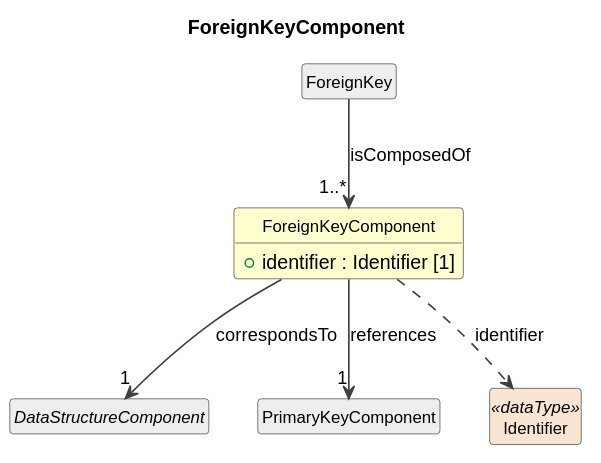
This is cdif-uml-model/_plantuml/cdifDataStructure/Classes/ForeignKeyComponent.svg from Cross-Domain-Interoperability-Framework/metadataBuildingBlocks, a PlantUML export, as it was before one commit.
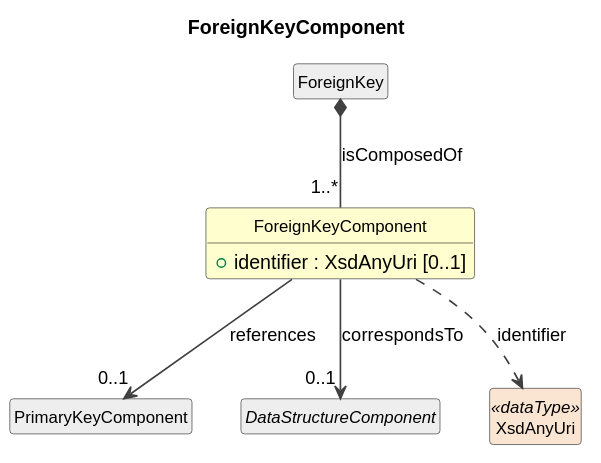
Above is the later version.

The edit, as a diff of the source:
```diff
@@ -11,14 +11,14 @@
 }
 
 class "ForeignKeyComponent" as ForeignKeyComponent #FEFECE {
-  +identifier : Identifier [1]
+  +identifier : XsdAnyUri [0..1]
 }
 class "ForeignKey" as ForeignKey #EEEEEE
-ForeignKey --> "1..*" ForeignKeyComponent : isComposedOf
+ForeignKey *-- "1..*" ForeignKeyComponent : isComposedOf
+class "PrimaryKeyComponent" as PrimaryKeyComponent #EEEEEE
+ForeignKeyComponent --> "0..1" PrimaryKeyComponent : references
 abstract class "DataStructureComponent" as DataStructureComponent #EEEEEE
-ForeignKeyComponent --> "1" DataStructureComponent : correspondsTo
-class "PrimaryKeyComponent" as PrimaryKeyComponent #EEEEEE
-ForeignKeyComponent --> "1" PrimaryKeyComponent : references
-class "Identifier" as Identifier <<dataType>> #FAE5D3
-ForeignKeyComponent ..> Identifier : identifier
+ForeignKeyComponent --> "0..1" DataStructureComponent : correspondsTo
+class "XsdAnyUri" as XsdAnyUri <<dataType>> #FAE5D3
+ForeignKeyComponent ..> XsdAnyUri : identifier
 @enduml
```
